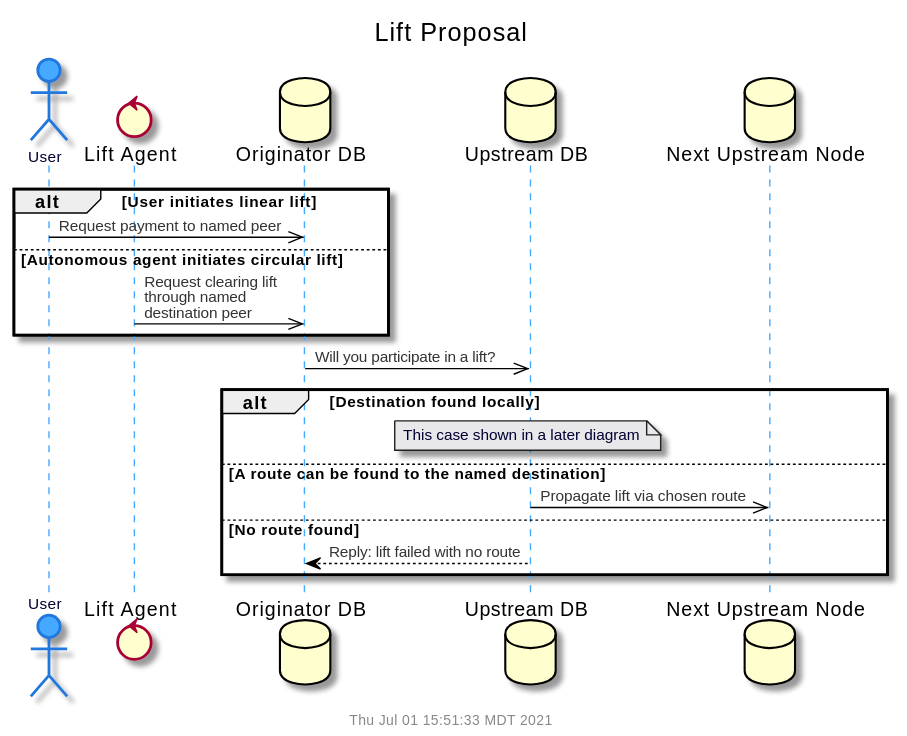
Above: doc/uml/seq-lift-prop.svg in gotchoices/MyCHIPs (PlantUML), before the change.
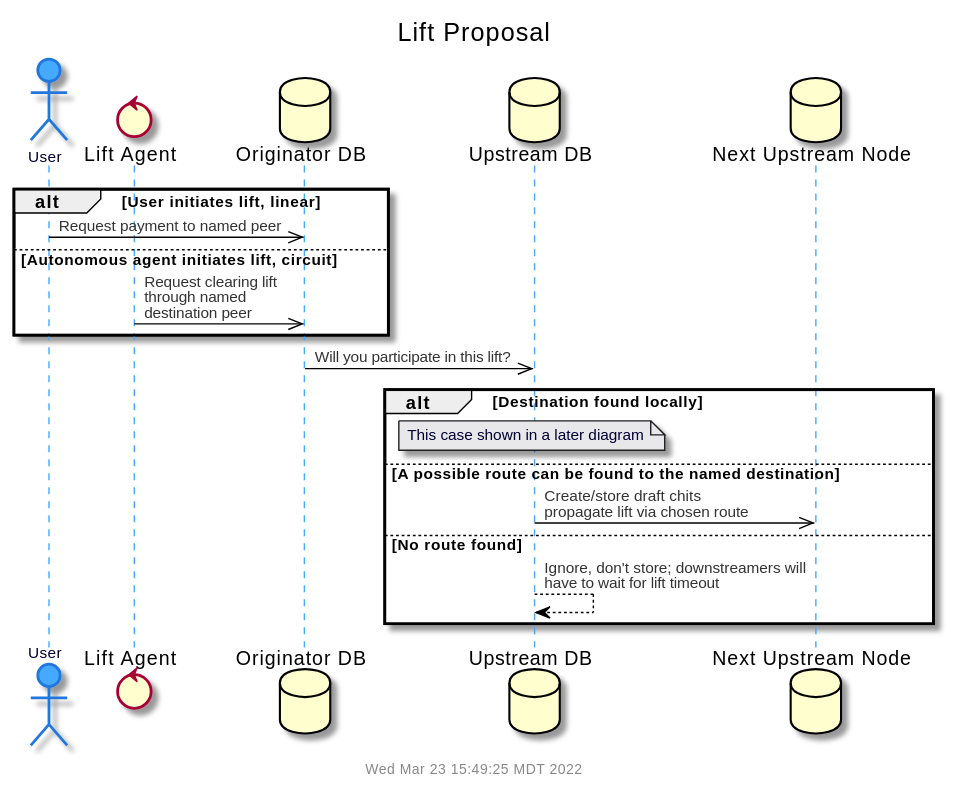
After the commit.

Change to the diagram source:
```diff
@@ -7,23 +7,23 @@
 database "Upstream DB" as upDB
 database "Next Upstream Node" as next
 
-alt User initiates linear lift
+alt User initiates lift, linear
   user		->>	propDB:		Request payment to named peer
 
-else Autonomous agent initiates circular lift
+else Autonomous agent initiates lift, circuit
   agent		->>	propDB:		Request clearing lift\nthrough named\ndestination peer
 end
 
-propDB		->>	upDB:		Will you participate in a lift?
+propDB		->>	upDB:		Will you participate in this lift?
 
 alt Destination found locally
   note over upDB: This case shown in a later diagram
 
-else A route can be found to the named destination
-  upDB		->>	next:		Propagate lift via chosen route
+else A possible route can be found to the named destination
+  upDB		->>	next:		Create/store draft chits\npropagate lift via chosen route
 
 else No route found
-  upDB		-->	propDB:		Reply: lift failed with no route
+  upDB		-->	upDB:		Ignore, don't store; downstreamers will\nhave to wait for lift timeout
 
 end
 
```
